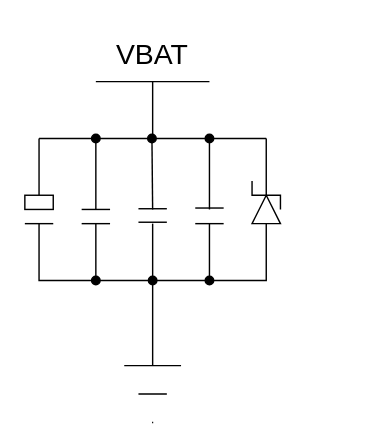
Above: VBAR към земя.drawio in DanielDimitrov123/Smart-Domophone (draw.io), before the change. Source tidied: cells renumbered, new cells numbered last; positions are measured from the earlier drawing's top-left corner, leaving out a move shared by most shapes. Both pictures are drawn from the tidied source at 142%, with x=0, y=0 at pixel (24, 24).
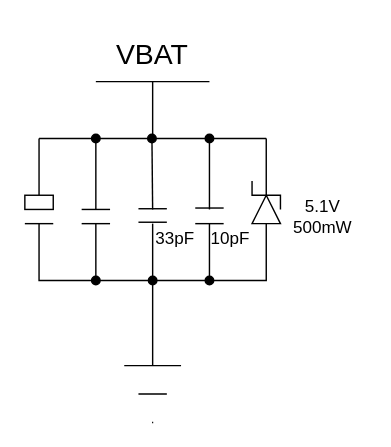
Above is the later version.

Diff of the diagram source:
```diff
@@
+    <mxCell id="27" value="5.1V&lt;div&gt;500mW&lt;/div&gt;" style="text;html=1;align=center;verticalAlign=middle;whiteSpace=wrap;rounded=0;" parent="1" vertex="1">
+      <mxGeometry x="180" y="120" width="60" height="30" as="geometry" />
+    </mxCell>
+    <mxCell id="28" value="33pF" style="text;html=1;align=center;verticalAlign=middle;whiteSpace=wrap;rounded=0;" parent="1" vertex="1">
+      <mxGeometry x="76" y="136" width="60" height="30" as="geometry" />
+    </mxCell>
+    <mxCell id="29" value="10pF" style="text;html=1;align=center;verticalAlign=middle;whiteSpace=wrap;rounded=0;" parent="1" vertex="1">
+      <mxGeometry x="115" y="136" width="60" height="30" as="geometry" />
+    </mxCell>
```
